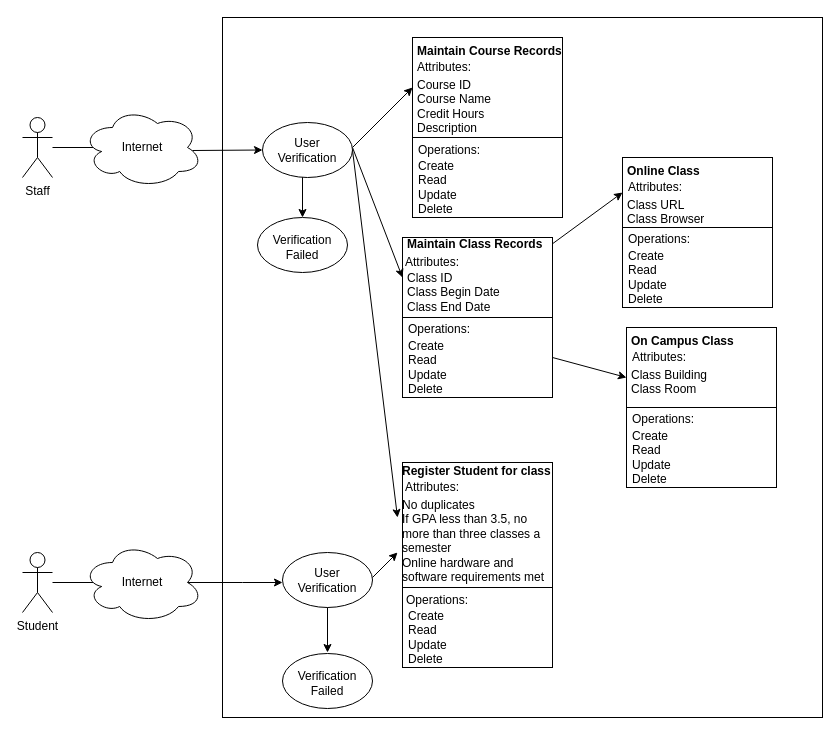
This is Mod3_Discussion.drawio from BrandonLombard/OOAD-SNHU, a draw.io file, before an edit. Source tidied: cells renumbered, new cells numbered last; positions are measured from the earlier drawing's top-left corner, leaving out a move shared by most shapes. Both pictures are drawn from the tidied source at 100%, with x=0, y=0 at pixel (22, 17).
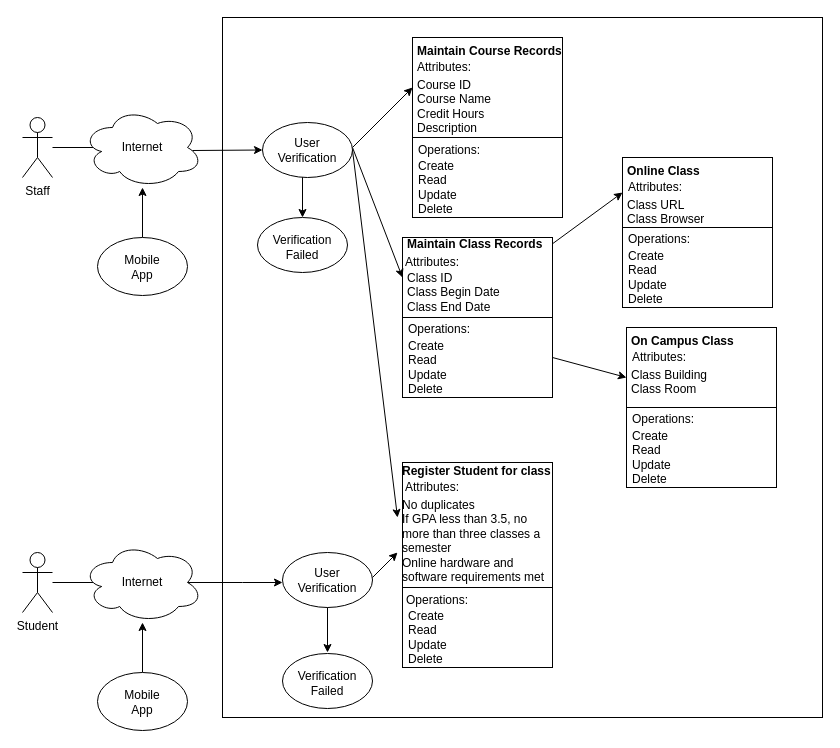
The same diagram, later.

Unchanged cells that the change refers to:
```xml
<mxCell id="8" style="ellipse;shape=cloud;whiteSpace=wrap;html=1;" parent="1" vertex="1">
  <mxGeometry x="60" y="90" width="120" height="80" as="geometry" />
</mxCell>
```

Diff of the diagram source:
```diff
@@
+    <mxCell id="60" style="edgeStyle=orthogonalEdgeStyle;rounded=0;jettySize=auto;html=1;" parent="1" edge="1" source="61" target="8">
+      <mxGeometry relative="1" as="geometry" />
+    </mxCell>
+    <mxCell id="61" style="ellipse;whiteSpace=wrap;html=1;" parent="1" vertex="1">
+      <mxGeometry x="75" y="220" width="90" height="58" as="geometry" />
+    </mxCell>
+    <mxCell id="62" value="Mobile App" style="text;html=1;strokeColor=none;fillColor=none;align=center;verticalAlign=middle;whiteSpace=wrap;rounded=0;" parent="1" vertex="1">
+      <mxGeometry x="100" y="240" width="40" height="20" as="geometry" />
+    </mxCell>
+    <mxCell id="63" style="edgeStyle=orthogonalEdgeStyle;rounded=0;jettySize=auto;html=1;" parent="1" edge="1" source="64">
+      <mxGeometry relative="1" as="geometry">
+        <mxPoint x="120" y="605" as="targetPoint" />
+      </mxGeometry>
+    </mxCell>
+    <mxCell id="64" style="ellipse;whiteSpace=wrap;html=1;" parent="1" vertex="1">
+      <mxGeometry x="75" y="655" width="90" height="58" as="geometry" />
+    </mxCell>
+    <mxCell id="65" value="Mobile App" style="text;html=1;strokeColor=none;fillColor=none;align=center;verticalAlign=middle;whiteSpace=wrap;rounded=0;" parent="1" vertex="1">
+      <mxGeometry x="100" y="675" width="40" height="20" as="geometry" />
+    </mxCell>
```
